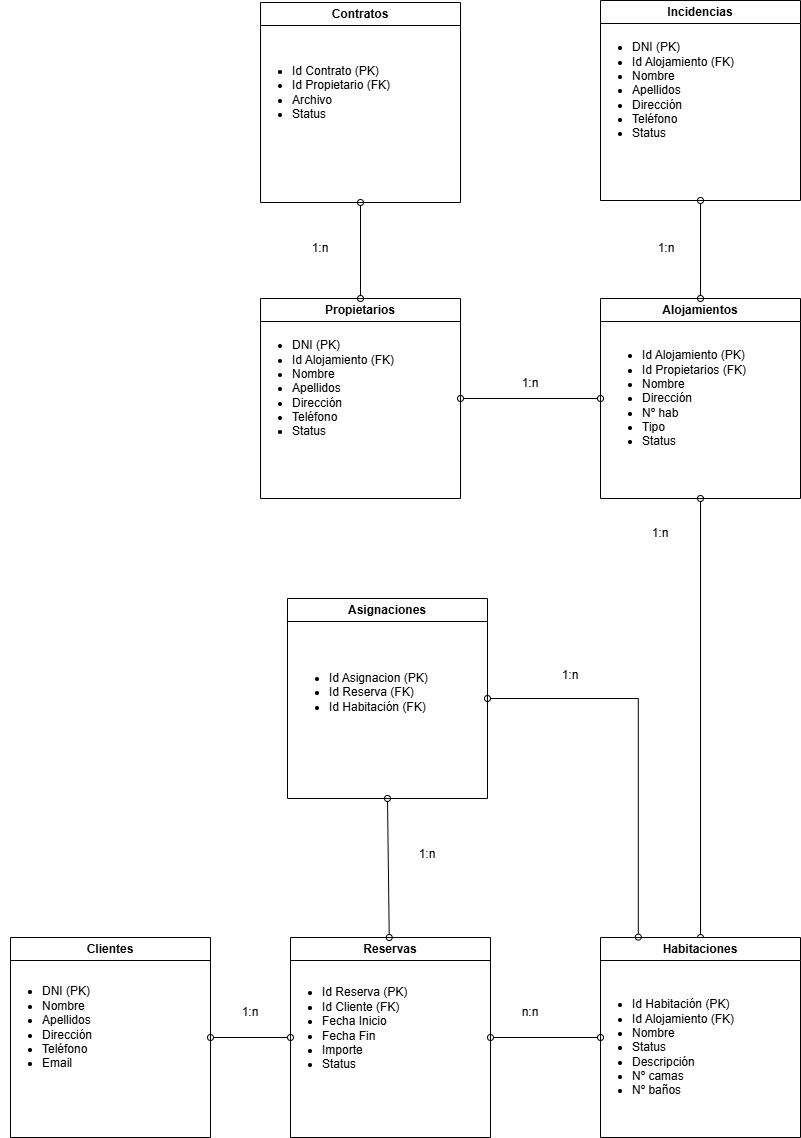
This is docs/BBDD.png from laumarm6/alojamiento, a draw.io export, as it was before one commit. Source tidied: cells renumbered, new cells last; positions are measured from the earlier drawing's top-left corner, leaving out a move shared by most shapes.
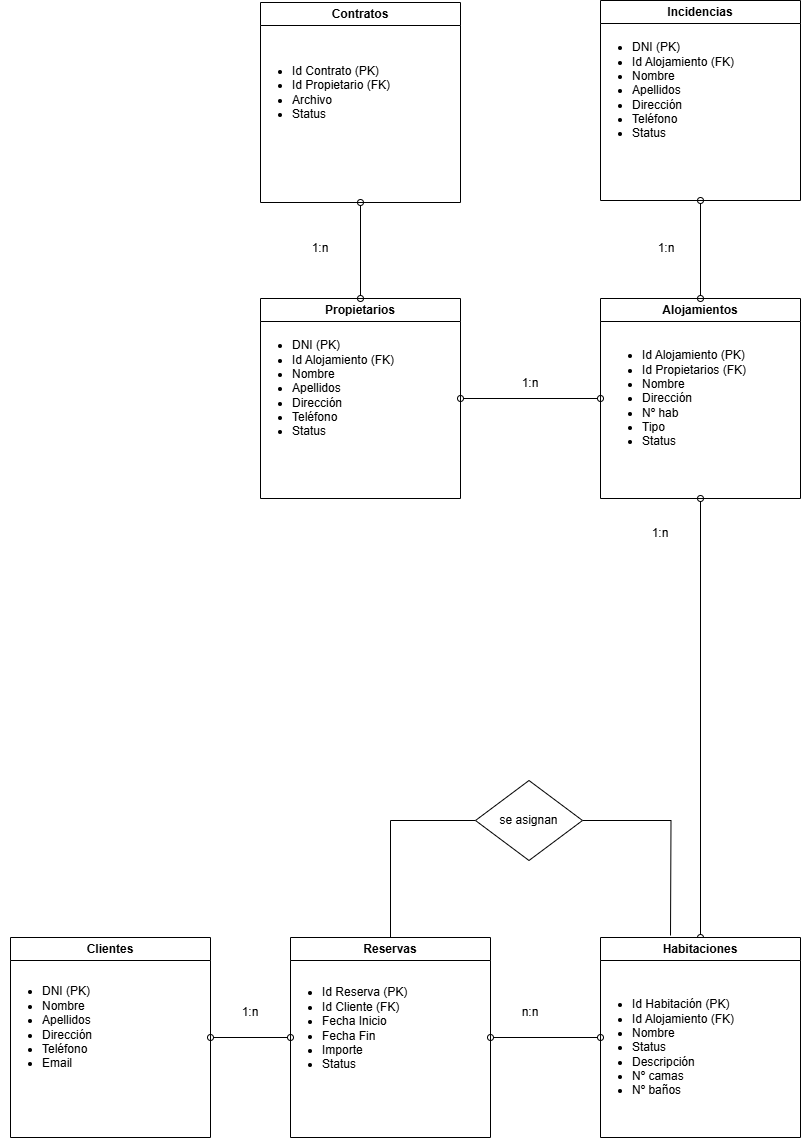
After the change.

Commit message:
actualizo esquema BBDD

Diff of the diagram source:
```diff
@@ -26,6 +26,9 @@
     <mxCell id="9" value="&lt;ul&gt;&lt;li&gt;Id Habitación (PK)&lt;/li&gt;&lt;li&gt;Id Alojamiento (FK)&lt;/li&gt;&lt;li&gt;Nombre&lt;/li&gt;&lt;li&gt;Status&lt;/li&gt;&lt;li&gt;Descripción&lt;/li&gt;&lt;li&gt;Nº camas&lt;/li&gt;&lt;li&gt;Nº baños&lt;/li&gt;&lt;/ul&gt;" style="text;html=1;align=left;verticalAlign=middle;strokeColor=none;fillColor=none;" parent="8" vertex="1">
       <mxGeometry x="-10" y="40" width="170" height="140" as="geometry" />
     </mxCell>
+    <mxCell id="34" style="edgeStyle=orthogonalEdgeStyle;rounded=0;jettySize=auto;html=1;exitX=0.5;exitY=0;exitDx=0;exitDy=0;entryX=0;entryY=0.5;entryDx=0;entryDy=0;strokeColor=default;endArrow=none;startFill=0;" parent="1" edge="1" source="10" target="36">
+      <mxGeometry relative="1" as="geometry" />
+    </mxCell>
     <mxCell id="10" value="Reservas" style="swimlane;whiteSpace=wrap;html=1;" parent="1" vertex="1">
       <mxGeometry x="290" y="937" width="200" height="200" as="geometry" />
     </mxCell>
@@ -80,23 +83,13 @@
     <mxCell id="27" value="1:n" style="text;html=1;align=center;verticalAlign=middle;whiteSpace=wrap;rounded=0;" parent="1" vertex="1">
       <mxGeometry x="636" y="233" width="60" height="30" as="geometry" />
     </mxCell>
-    <mxCell id="28" style="rounded=0;jettySize=auto;html=1;exitX=0.5;exitY=1;exitDx=0;exitDy=0;endArrow=oval;endFill=0;startArrow=oval;startFill=0;" parent="1" edge="1" source="30" target="10">
-      <mxGeometry relative="1" as="geometry" />
-    </mxCell>
-    <mxCell id="29" style="edgeStyle=orthogonalEdgeStyle;rounded=0;jettySize=auto;html=1;entryX=0.189;entryY=-0.002;entryDx=0;entryDy=0;entryPerimeter=0;startArrow=oval;startFill=0;endArrow=oval;endFill=0;" parent="1" edge="1" source="30" target="8">
-      <mxGeometry relative="1" as="geometry" />
-    </mxCell>
-    <mxCell id="30" value="Asignaciones" style="swimlane;whiteSpace=wrap;html=1;" parent="1" vertex="1">
-      <mxGeometry x="287" y="598" width="200" height="200" as="geometry" />
-    </mxCell>
-    <mxCell id="31" value="&lt;ul&gt;&lt;li&gt;Id Asignacion (PK)&lt;/li&gt;&lt;li&gt;Id Reserva (FK)&lt;/li&gt;&lt;li&gt;Id Habitación (FK)&lt;/li&gt;&lt;/ul&gt;" style="text;html=1;align=left;verticalAlign=middle;strokeColor=none;fillColor=none;" parent="30" vertex="1">
-      <mxGeometry y="54" width="157" height="79" as="geometry" />
-    </mxCell>
-    <mxCell id="32" value="1:n" style="text;html=1;align=center;verticalAlign=middle;whiteSpace=wrap;rounded=0;" parent="1" vertex="1">
-      <mxGeometry x="397" y="839" width="60" height="30" as="geometry" />
-    </mxCell>
-    <mxCell id="33" value="1:n" style="text;html=1;align=center;verticalAlign=middle;whiteSpace=wrap;rounded=0;" parent="1" vertex="1">
-      <mxGeometry x="540" y="660" width="60" height="30" as="geometry" />
-    </mxCell>
+    <mxCell id="35" style="edgeStyle=orthogonalEdgeStyle;rounded=0;jettySize=auto;html=1;exitX=1;exitY=0.5;exitDx=0;exitDy=0;endArrow=none;startFill=0;" parent="1" edge="1" source="36">
+      <mxGeometry relative="1" as="geometry">
+        <mxPoint x="670" y="935" as="targetPoint" />
+      </mxGeometry>
+    </mxCell>
+    <mxCell id="36" value="se asignan" style="rhombus;whiteSpace=wrap;html=1;" parent="1" vertex="1">
+      <mxGeometry x="475" y="780" width="107" height="80" as="geometry" />
+    </mxCell>
   </root>
 </mxGraphModel>
```
